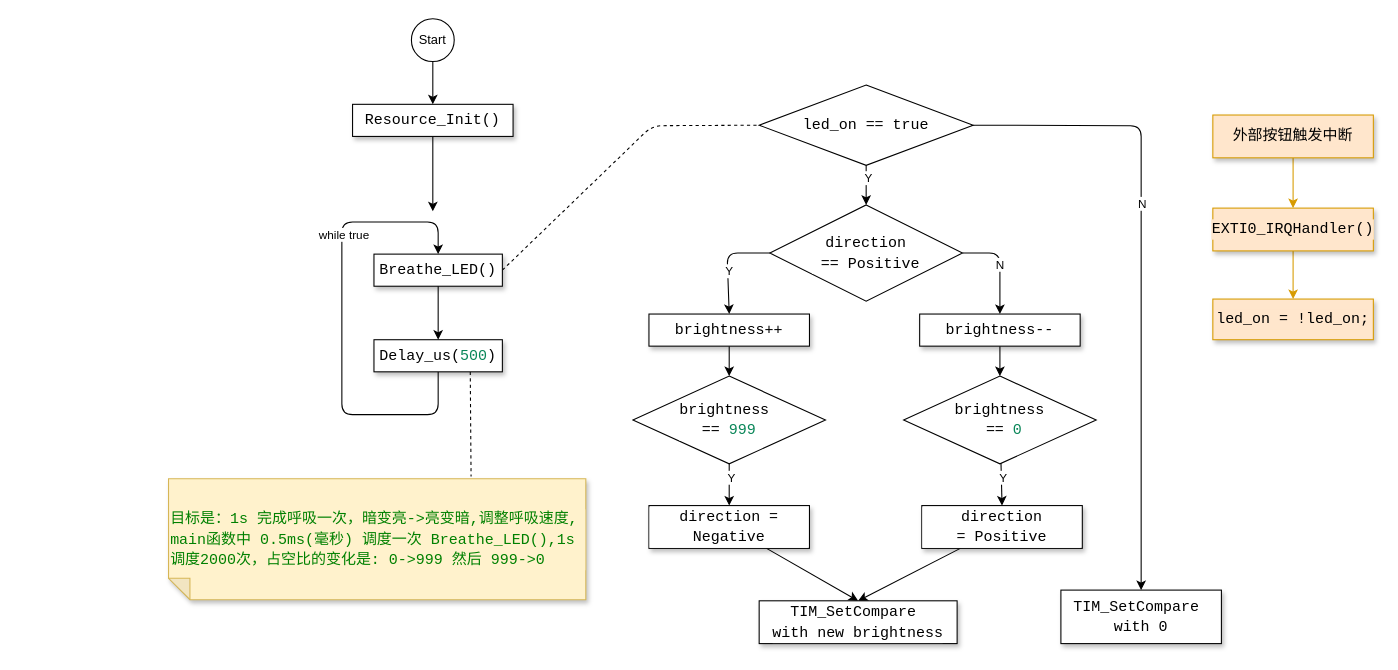
Earlier version of the draw.io diagram 2nd/2-breathing-light/flow.drawio (Lzih7/C-language-learning). Source tidied: cells renumbered, new cells numbered last; positions are measured from the earlier drawing's top-left corner, leaving out a move shared by most shapes. Both pictures are drawn from the tidied source at 107%, with x=0, y=0 at pixel (168, 18).
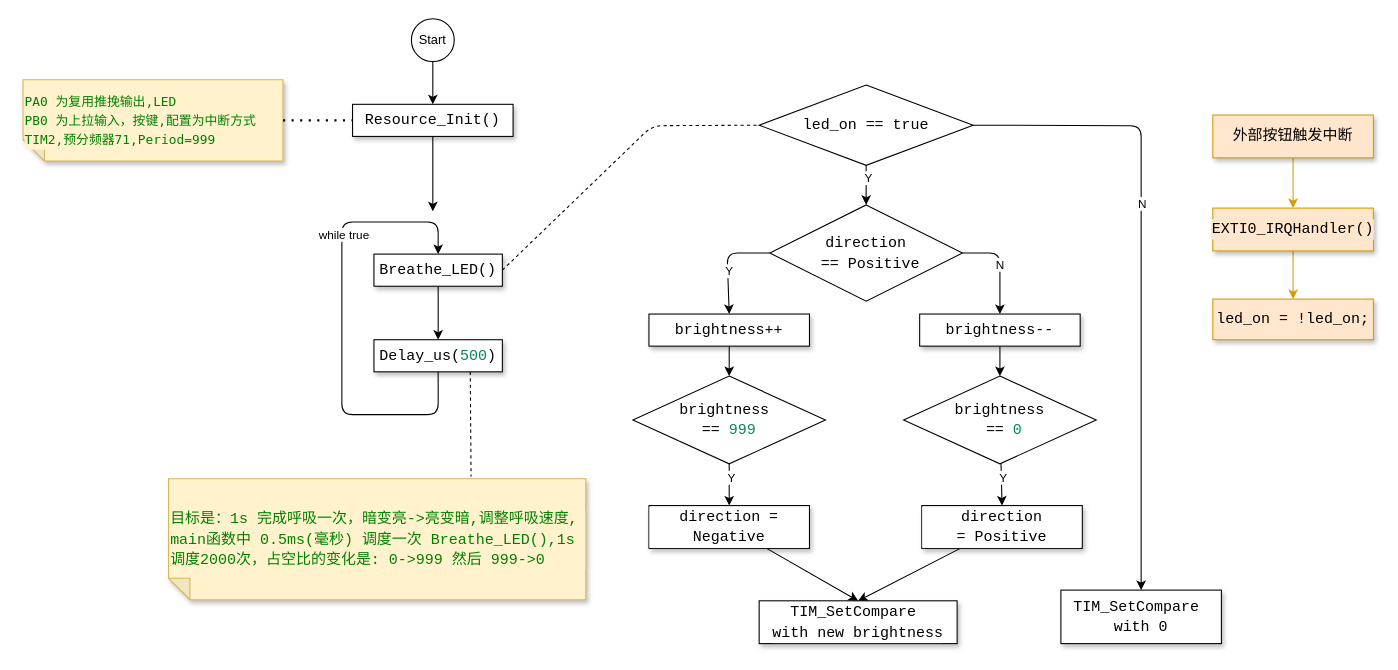
Above is the later version.

Unchanged cells that the change refers to:
```xml
<mxCell id="3" value="&lt;div style=&quot;background-color: rgb(255, 255, 255); font-family: Consolas, &amp;quot;Courier New&amp;quot;, monospace; font-size: 14px; line-height: 19px;&quot;&gt;Resource_Init()&lt;/div&gt;" style="whiteSpace=wrap;html=1;shadow=1;" parent="1" vertex="1">
  <mxGeometry x="172" y="80" width="150" height="30" as="geometry" />
</mxCell>
```

Change to the diagram source:
```diff
@@
+    <mxCell id="45" value="&lt;div style=&quot;font-family: Consolas, &amp;quot;Courier New&amp;quot;, monospace; font-size: 14px; line-height: 19px;&quot;&gt;&lt;div style=&quot;line-height: 19px;&quot;&gt;&lt;div style=&quot;font-family: Menlo, Monaco, &amp;quot;Courier New&amp;quot;, monospace; font-size: 12px; line-height: 18px;&quot;&gt;&lt;span style=&quot;color: #008000;&quot;&gt;PA0 为复用推挽输出,LED&lt;/span&gt;&lt;/div&gt;&lt;div style=&quot;font-family: Menlo, Monaco, &amp;quot;Courier New&amp;quot;, monospace; font-size: 12px; line-height: 18px;&quot;&gt;&lt;div style=&quot;line-height: 18px;&quot;&gt;&lt;span style=&quot;color: #008000;&quot;&gt;PB0 为上拉输入，按键,配置为中断方式&lt;/span&gt;&lt;/div&gt;&lt;div style=&quot;line-height: 18px;&quot;&gt;&lt;span style=&quot;color: #008000;&quot;&gt;TIM2,&lt;/span&gt;&lt;span style=&quot;color: rgb(0, 128, 0);&quot;&gt;预分频器71,&lt;/span&gt;&lt;span style=&quot;color: rgb(0, 128, 0);&quot;&gt;Period=999&lt;/span&gt;&lt;/div&gt;&lt;/div&gt;&lt;/div&gt;&lt;/div&gt;" style="shape=note;whiteSpace=wrap;html=1;backgroundOutline=1;darkOpacity=0.05;fillStyle=solid;direction=west;gradientDirection=north;shadow=1;size=20;align=left;fillColor=#fff2cc;strokeColor=#d6b656;labelBackgroundColor=#fff2cc;" parent="1" vertex="1">
+      <mxGeometry x="-136" y="57" width="243" height="76" as="geometry" />
+    </mxCell>
+    <mxCell id="46" style="endArrow=none;dashed=1;html=1;dashPattern=1 3;strokeWidth=2;entryX=0;entryY=0.5;entryDx=0;entryDy=0;exitX=0;exitY=0.5;exitDx=0;exitDy=0;exitPerimeter=0;" parent="1" edge="1" source="45" target="3">
+      <mxGeometry relative="1" as="geometry" />
+    </mxCell>
```
